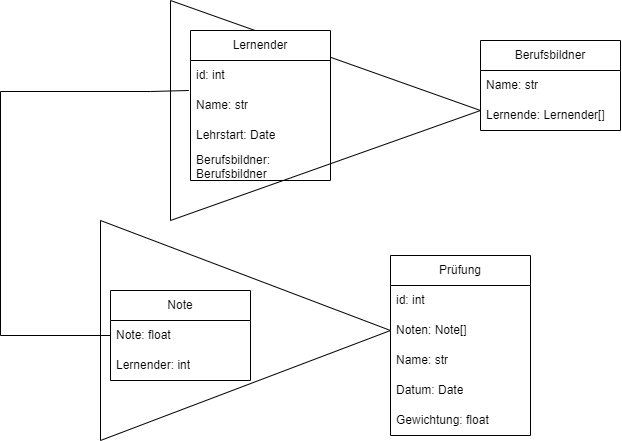
Before: kn-m-02/scheme.png, a diagram exported from draw.io (mariotraub/m165). Source tidied: cells renumbered, new cells last; positions are measured from the earlier drawing's top-left corner, leaving out a move shared by most shapes.
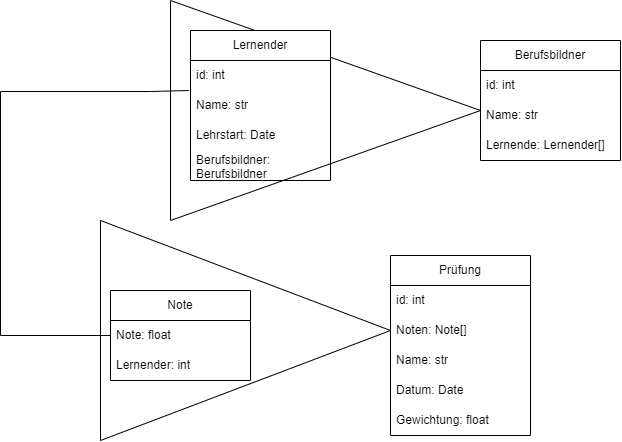
The same file after the commit.

Diff of the diagram source:
```diff
@@ -6,13 +6,16 @@
       <mxGeometry x="170" width="310" height="220" as="geometry" />
     </mxCell>
     <mxCell id="3" value="Berufsbildner" style="swimlane;fontStyle=0;horizontal=1;startSize=30;whiteSpace=wrap;html=1;" parent="1" vertex="1">
-      <mxGeometry x="480" y="40" width="140" height="90" as="geometry" />
+      <mxGeometry x="480" y="40" width="140" height="120" as="geometry" />
     </mxCell>
-    <mxCell id="4" value="Name: str" style="text;strokeColor=none;fillColor=none;align=left;verticalAlign=middle;spacingLeft=4;spacingRight=4;overflow=hidden;whiteSpace=wrap;html=1;" parent="3" vertex="1">
+    <mxCell id="4" value="id: int" style="text;strokeColor=none;fillColor=none;align=left;verticalAlign=middle;spacingLeft=4;spacingRight=4;overflow=hidden;whiteSpace=wrap;html=1;" parent="3" vertex="1">
       <mxGeometry y="30" width="140" height="30" as="geometry" />
     </mxCell>
+    <mxCell id="22" value="Name: str" style="text;strokeColor=none;fillColor=none;align=left;verticalAlign=middle;spacingLeft=4;spacingRight=4;overflow=hidden;whiteSpace=wrap;html=1;" parent="3" vertex="1">
+      <mxGeometry y="60" width="140" height="30" as="geometry" />
+    </mxCell>
     <mxCell id="5" value="&lt;div&gt;Lernende:&amp;nbsp;&lt;span style=&quot;background-color: transparent; color: light-dark(rgb(0, 0, 0), rgb(255, 255, 255));&quot;&gt;Lernender&lt;/span&gt;&lt;span style=&quot;background-color: transparent; color: light-dark(rgb(0, 0, 0), rgb(255, 255, 255));&quot;&gt;[]&lt;/span&gt;&lt;/div&gt;" style="text;strokeColor=none;fillColor=none;align=left;verticalAlign=middle;spacingLeft=4;spacingRight=4;overflow=hidden;whiteSpace=wrap;html=1;" parent="3" vertex="1">
-      <mxGeometry y="60" width="140" height="30" as="geometry" />
+      <mxGeometry y="90" width="140" height="30" as="geometry" />
     </mxCell>
     <mxCell id="6" value="Prüfung" style="swimlane;fontStyle=0;horizontal=1;startSize=30;whiteSpace=wrap;html=1;" parent="1" vertex="1">
       <mxGeometry x="390" y="255" width="140" height="180" as="geometry" />
```
